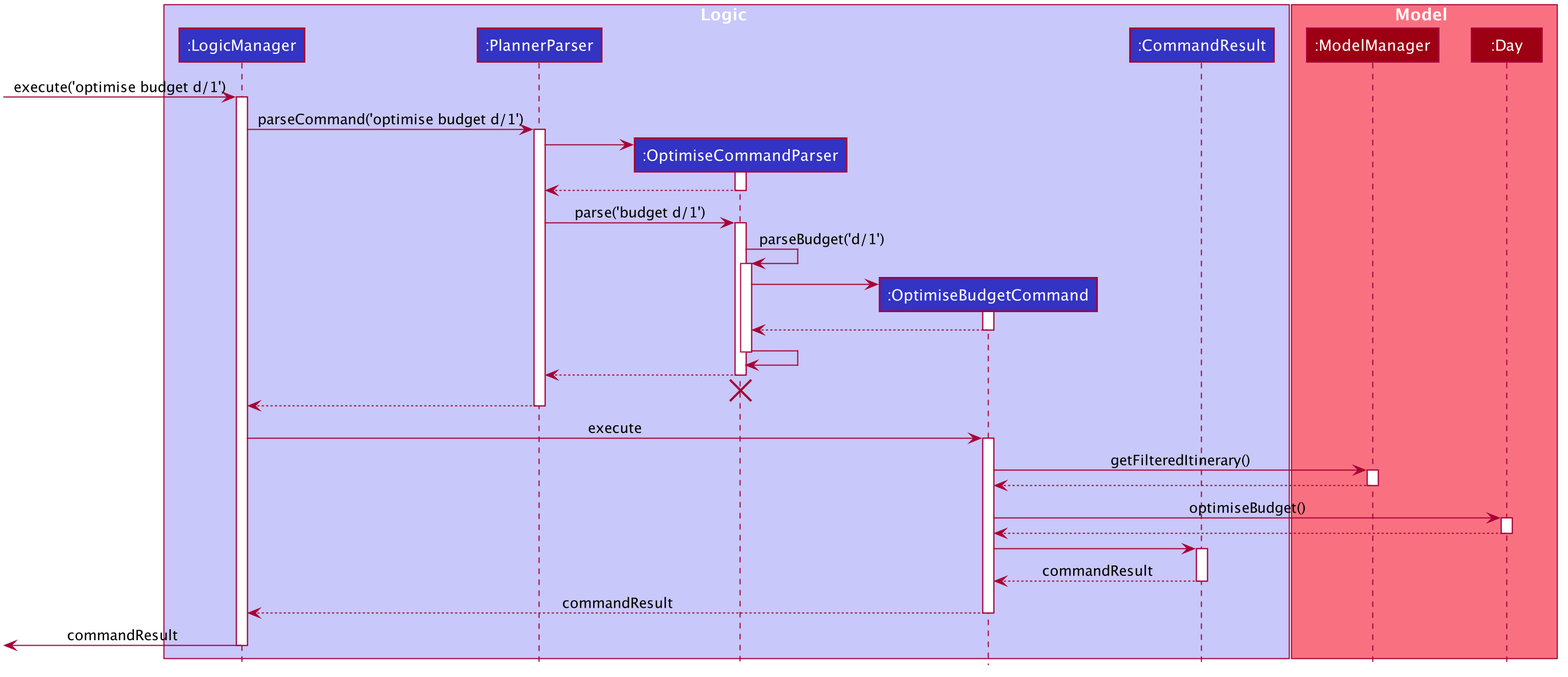
Earlier version of the PlantUML export docs/images/OptimiseSequenceDiagram.png (nus-cs2103-AY1920S1/addressbook-level3). Source of this version:
```plantuml
@startuml








skinparam BackgroundColor #FFFFFFF

skinparam Shadowing false

skinparam Class {
    FontColor #FFFFFF
    BorderThickness 1
    BorderColor #FFFFFF
    StereotypeFontColor #FFFFFF
    FontName Arial
}

skinparam Actor {
    BorderColor #000000
    Color #000000
    FontName Arial
}

skinparam Sequence {
    MessageAlign center
    BoxFontSize 15
    BoxPadding 0
    BoxFontColor #FFFFFF
    FontName Arial
}

skinparam Participant {
    FontColor #FFFFFFF
    Padding 20
}

skinparam MinClassWidth 50
skinparam ParticipantPadding 10
skinparam Shadowing false
skinparam DefaultTextAlignment center
skinparam packageStyle Rectangle

hide footbox
hide members
hide circle

box Logic #C8C8FA
participant ":LogicManager" as LogicManager #3333C4
participant ":PlannerParser" as PlannerParser #3333C4
participant ":OptimiseCommandParser" as OptimiseCommandParser #3333C4
participant ":OptimiseBudgetCommand" as OptimiseBudgetCommand #3333C4
participant ":CommandResult" as CommandResult #3333C4
end box

box Model #F97181
participant ":ModelManager" as ModelManager #9D0012
participant ":Day" as Day #9D0012
end box

[-> LogicManager : execute('optimise budget d/1')
activate LogicManager

LogicManager -> PlannerParser : parseCommand('optimise budget d/1')
activate PlannerParser

create OptimiseCommandParser
PlannerParser -> OptimiseCommandParser
activate OptimiseCommandParser

OptimiseCommandParser --> PlannerParser
deactivate OptimiseCommandParser

PlannerParser -> OptimiseCommandParser : parse('budget d/1')
activate OptimiseCommandParser

OptimiseCommandParser -> OptimiseCommandParser : parseBudget('d/1')
activate OptimiseCommandParser

create OptimiseBudgetCommand
OptimiseCommandParser -> OptimiseBudgetCommand
activate OptimiseBudgetCommand

OptimiseBudgetCommand --> OptimiseCommandParser
deactivate OptimiseBudgetCommand

OptimiseCommandParser -> OptimiseCommandParser
deactivate OptimiseCommandParser

OptimiseCommandParser --> PlannerParser
deactivate OptimiseCommandParser

OptimiseCommandParser -[hidden]-> PlannerParser
destroy OptimiseCommandParser

PlannerParser --> LogicManager
deactivate PlannerParser

LogicManager -> OptimiseBudgetCommand : execute
activate OptimiseBudgetCommand

OptimiseBudgetCommand -> ModelManager : getFilteredItinerary()
activate ModelManager

ModelManager --> OptimiseBudgetCommand
deactivate ModelManager

OptimiseBudgetCommand -> Day : optimiseBudget()
activate Day

Day --> OptimiseBudgetCommand
deactivate Day

OptimiseBudgetCommand -> CommandResult
activate CommandResult

CommandResult --> OptimiseBudgetCommand : commandResult
deactivate CommandResult

OptimiseBudgetCommand --> LogicManager : commandResult
deactivate OptimiseBudgetCommand

[<-LogicManager : commandResult
deactivate LogicManager

@enduml
```
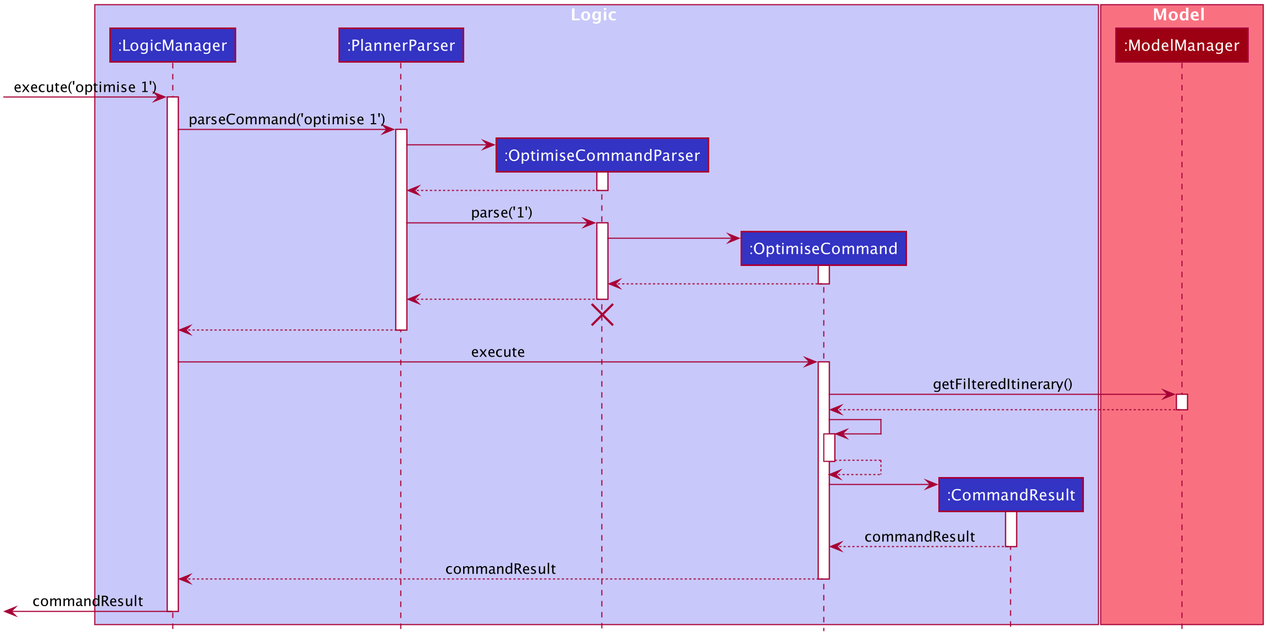
The same file after the commit.

The edit, as a diff of the source:
```diff
@@ -52,19 +52,18 @@
 participant ":LogicManager" as LogicManager #3333C4
 participant ":PlannerParser" as PlannerParser #3333C4
 participant ":OptimiseCommandParser" as OptimiseCommandParser #3333C4
-participant ":OptimiseBudgetCommand" as OptimiseBudgetCommand #3333C4
+participant ":OptimiseCommand" as OptimiseCommand #3333C4
 participant ":CommandResult" as CommandResult #3333C4
 end box
 
 box Model #F97181
 participant ":ModelManager" as ModelManager #9D0012
-participant ":Day" as Day #9D0012
 end box
 
-[-> LogicManager : execute('optimise budget d/1')
+[-> LogicManager : execute('optimise 1')
 activate LogicManager
 
-LogicManager -> PlannerParser : parseCommand('optimise budget d/1')
+LogicManager -> PlannerParser : parseCommand('optimise 1')
 activate PlannerParser
 
 create OptimiseCommandParser
@@ -74,21 +73,15 @@
 OptimiseCommandParser --> PlannerParser
 deactivate OptimiseCommandParser
 
-PlannerParser -> OptimiseCommandParser : parse('budget d/1')
+PlannerParser -> OptimiseCommandParser : parse('1')
 activate OptimiseCommandParser
 
-OptimiseCommandParser -> OptimiseCommandParser : parseBudget('d/1')
-activate OptimiseCommandParser
+create OptimiseCommand
+OptimiseCommandParser -> OptimiseCommand
+activate OptimiseCommand
 
-create OptimiseBudgetCommand
-OptimiseCommandParser -> OptimiseBudgetCommand
-activate OptimiseBudgetCommand
-
-OptimiseBudgetCommand --> OptimiseCommandParser
-deactivate OptimiseBudgetCommand
-
-OptimiseCommandParser -> OptimiseCommandParser
-deactivate OptimiseCommandParser
+OptimiseCommand --> OptimiseCommandParser
+deactivate OptimiseCommand
 
 OptimiseCommandParser --> PlannerParser
 deactivate OptimiseCommandParser
@@ -99,29 +92,30 @@
 PlannerParser --> LogicManager
 deactivate PlannerParser
 
-LogicManager -> OptimiseBudgetCommand : execute
-activate OptimiseBudgetCommand
+LogicManager -> OptimiseCommand : execute
+activate OptimiseCommand
 
-OptimiseBudgetCommand -> ModelManager : getFilteredItinerary()
+OptimiseCommand -> ModelManager : getFilteredItinerary()
 activate ModelManager
 
-ModelManager --> OptimiseBudgetCommand
+ModelManager --> OptimiseCommand
 deactivate ModelManager
 
-OptimiseBudgetCommand -> Day : optimiseBudget()
-activate Day
+OptimiseCommand -> OptimiseCommand
+activate OptimiseCommand
 
-Day --> OptimiseBudgetCommand
-deactivate Day
+OptimiseCommand --> OptimiseCommand
+deactivate OptimiseCommand
 
-OptimiseBudgetCommand -> CommandResult
+create CommandResult
+OptimiseCommand -> CommandResult
 activate CommandResult
 
-CommandResult --> OptimiseBudgetCommand : commandResult
+CommandResult --> OptimiseCommand : commandResult
 deactivate CommandResult
 
-OptimiseBudgetCommand --> LogicManager : commandResult
-deactivate OptimiseBudgetCommand
+OptimiseCommand --> LogicManager : commandResult
+deactivate OptimiseCommand
 
 [<-LogicManager : commandResult
 deactivate LogicManager
```
